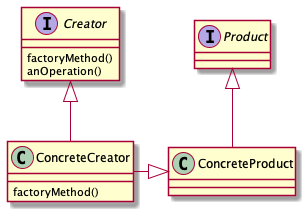
ye-geeee/headfirst-designpattern-practice keeps this PlantUML diagram as factory-pattern/uml/FactoryMethodPattern.png. Above is the earlier version. Its diagram source:
```plantuml
@startuml

interface Product

class ConcreteProduct

interface Creator {
    factoryMethod()
    anOperation()
}

class ConcreteCreator {
    factoryMethod()
}

Creator <|-- ConcreteCreator
ConcreteCreator -|> ConcreteProduct
Product <|-- ConcreteProduct

@enduml
```
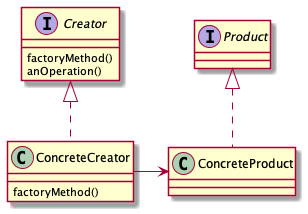
The same file after the commit.

Diff of the diagram source:
```diff
@@ -13,8 +13,8 @@
     factoryMethod()
 }
 
-Creator <|-- ConcreteCreator
-ConcreteCreator -|> ConcreteProduct
-Product <|-- ConcreteProduct
+Creator <|.. ConcreteCreator
+ConcreteCreator -> ConcreteProduct
+Product <|.. ConcreteProduct
 
 @enduml
```
